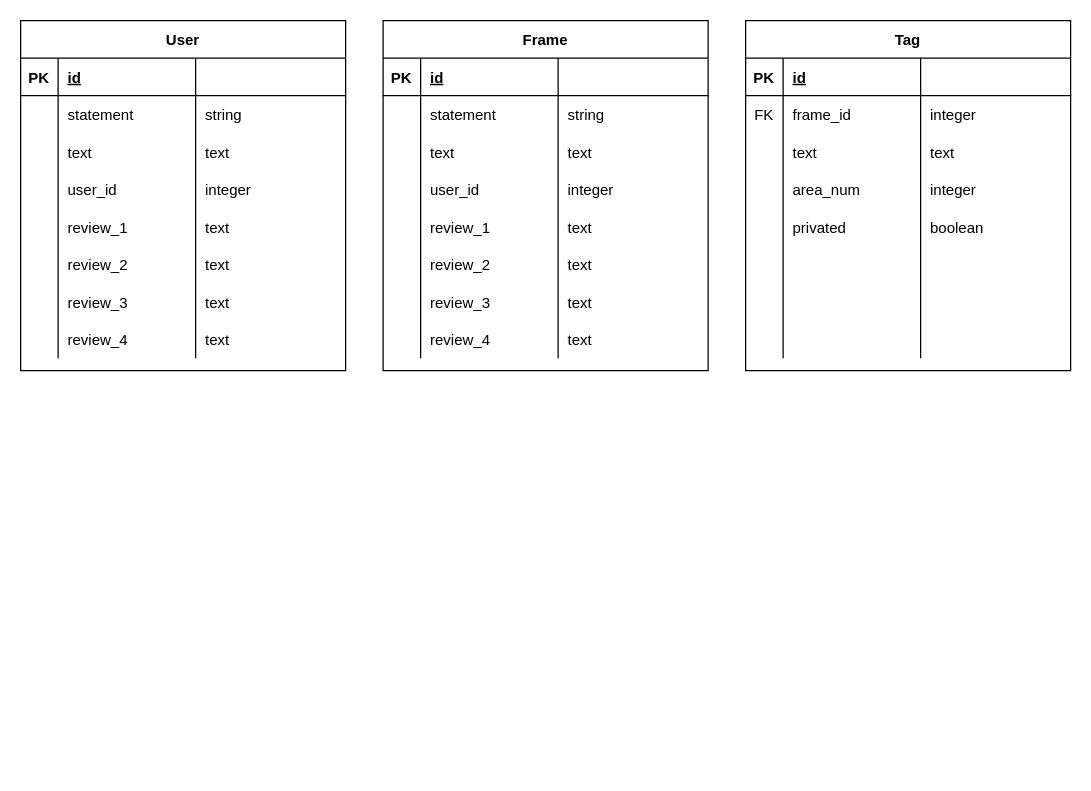
matsu1226/rails_sakisuru keeps this draw.io diagram as ER.drawio. Above is the earlier version. Source tidied: cells renumbered, new cells numbered last; positions are measured from the earlier drawing's top-left corner, leaving out a move shared by most shapes. Both pictures are drawn from the tidied source at 125%, with x=0, y=0 at pixel (20, 20).
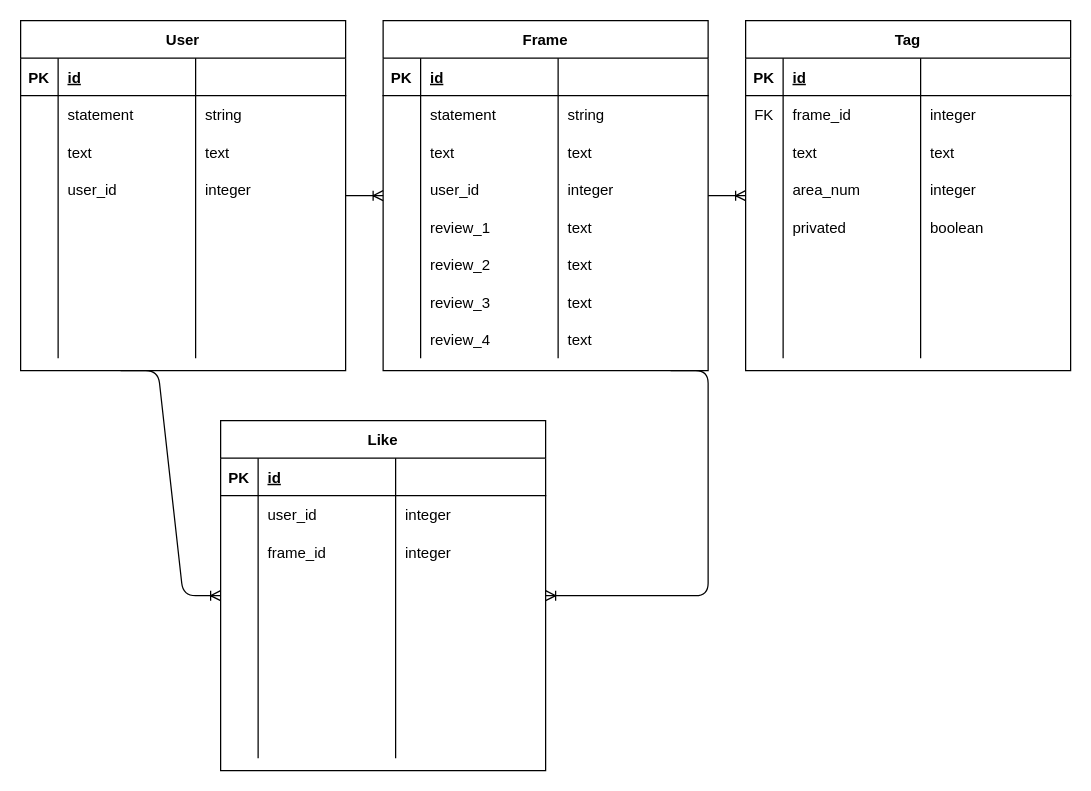
The same page after the edit.

The change refers to these unchanged cells:
```xml
<mxCell id="2" value="Frame" style="shape=table;startSize=30;childLayout=tableLayout;rowLines=0;fontStyle=1;align=center;" parent="1" vertex="1">
  <mxGeometry x="290" width="260" height="280" as="geometry" />
</mxCell>
<mxCell id="35" value="Tag" style="shape=table;startSize=30;childLayout=tableLayout;rowLines=0;fontStyle=1;align=center;" parent="1" vertex="1">
  <mxGeometry x="580" width="260" height="280" as="geometry" />
</mxCell>
<mxCell id="68" value="User" style="shape=table;startSize=30;childLayout=tableLayout;rowLines=0;fontStyle=1;align=center;" parent="1" vertex="1">
  <mxGeometry width="260" height="280" as="geometry" />
</mxCell>
<mxCell id="85" style="shape=partialRectangle;fillColor=none;top=0;left=0;bottom=0;right=0;" parent="68" vertex="1">
  <mxGeometry y="150" width="260" height="30" as="geometry" />
</mxCell>
<mxCell id="89" style="shape=partialRectangle;fillColor=none;top=0;left=0;bottom=0;right=0;" parent="68" vertex="1">
  <mxGeometry y="180" width="260" height="30" as="geometry" />
</mxCell>
<mxCell id="93" style="shape=partialRectangle;fillColor=none;top=0;left=0;bottom=0;right=0;" parent="68" vertex="1">
  <mxGeometry y="210" width="260" height="30" as="geometry" />
</mxCell>
<mxCell id="97" style="shape=partialRectangle;fillColor=none;top=0;left=0;bottom=0;right=0;" parent="68" vertex="1">
  <mxGeometry y="240" width="260" height="30" as="geometry" />
</mxCell>
```

Diff of the diagram source:
```diff
@@
-    <mxCell id="87" value="review_1" style="shape=partialRectangle;fillColor=none;top=0;left=0;bottom=0;right=0;align=left;spacingLeft=6;overflow=hidden;" parent="85" vertex="1">
+    <mxCell id="87" style="shape=partialRectangle;fillColor=none;top=0;left=0;bottom=0;right=0;align=left;spacingLeft=6;overflow=hidden;" parent="85" vertex="1">
       <mxGeometry x="30" width="110" height="30" as="geometry" />
     </mxCell>
-    <mxCell id="88" value="text" style="shape=partialRectangle;fillColor=none;top=0;left=0;bottom=0;right=0;align=left;spacingLeft=6;overflow=hidden;" parent="85" vertex="1">
+    <mxCell id="88" style="shape=partialRectangle;fillColor=none;top=0;left=0;bottom=0;right=0;align=left;spacingLeft=6;overflow=hidden;" parent="85" vertex="1">
       <mxGeometry x="140" width="120" height="30" as="geometry" />
     </mxCell>
@@
-    <mxCell id="91" value="review_2" style="shape=partialRectangle;fillColor=none;top=0;left=0;bottom=0;right=0;align=left;spacingLeft=6;overflow=hidden;" parent="89" vertex="1">
+    <mxCell id="91" style="shape=partialRectangle;fillColor=none;top=0;left=0;bottom=0;right=0;align=left;spacingLeft=6;overflow=hidden;" parent="89" vertex="1">
       <mxGeometry x="30" width="110" height="30" as="geometry" />
     </mxCell>
-    <mxCell id="92" value="text" style="shape=partialRectangle;fillColor=none;top=0;left=0;bottom=0;right=0;align=left;spacingLeft=6;overflow=hidden;" parent="89" vertex="1">
+    <mxCell id="92" style="shape=partialRectangle;fillColor=none;top=0;left=0;bottom=0;right=0;align=left;spacingLeft=6;overflow=hidden;" parent="89" vertex="1">
       <mxGeometry x="140" width="120" height="30" as="geometry" />
     </mxCell>
@@
-    <mxCell id="95" value="review_3" style="shape=partialRectangle;fillColor=none;top=0;left=0;bottom=0;right=0;align=left;spacingLeft=6;overflow=hidden;" parent="93" vertex="1">
+    <mxCell id="95" style="shape=partialRectangle;fillColor=none;top=0;left=0;bottom=0;right=0;align=left;spacingLeft=6;overflow=hidden;" parent="93" vertex="1">
       <mxGeometry x="30" width="110" height="30" as="geometry" />
     </mxCell>
-    <mxCell id="96" value="text" style="shape=partialRectangle;fillColor=none;top=0;left=0;bottom=0;right=0;align=left;spacingLeft=6;overflow=hidden;" parent="93" vertex="1">
+    <mxCell id="96" style="shape=partialRectangle;fillColor=none;top=0;left=0;bottom=0;right=0;align=left;spacingLeft=6;overflow=hidden;" parent="93" vertex="1">
       <mxGeometry x="140" width="120" height="30" as="geometry" />
     </mxCell>
@@
-    <mxCell id="99" value="review_4" style="shape=partialRectangle;fillColor=none;top=0;left=0;bottom=0;right=0;align=left;spacingLeft=6;overflow=hidden;" parent="97" vertex="1">
+    <mxCell id="99" style="shape=partialRectangle;fillColor=none;top=0;left=0;bottom=0;right=0;align=left;spacingLeft=6;overflow=hidden;" parent="97" vertex="1">
       <mxGeometry x="30" width="110" height="30" as="geometry" />
     </mxCell>
-    <mxCell id="100" value="text" style="shape=partialRectangle;fillColor=none;top=0;left=0;bottom=0;right=0;align=left;spacingLeft=6;overflow=hidden;" parent="97" vertex="1">
+    <mxCell id="100" style="shape=partialRectangle;fillColor=none;top=0;left=0;bottom=0;right=0;align=left;spacingLeft=6;overflow=hidden;" parent="97" vertex="1">
       <mxGeometry x="140" width="120" height="30" as="geometry" />
     </mxCell>
+    <mxCell id="101" style="edgeStyle=entityRelationEdgeStyle;fontSize=12;html=1;endArrow=ERoneToMany;" parent="1" edge="1" source="68" target="2">
+      <mxGeometry relative="1" as="geometry" />
+    </mxCell>
+    <mxCell id="102" style="edgeStyle=entityRelationEdgeStyle;fontSize=12;html=1;endArrow=ERoneToMany;" parent="1" edge="1" source="2" target="35">
+      <mxGeometry relative="1" as="geometry" />
+    </mxCell>
+    <mxCell id="103" value="Like" style="shape=table;startSize=30;childLayout=tableLayout;rowLines=0;fontStyle=1;align=center;" parent="1" vertex="1">
+      <mxGeometry x="160" y="320" width="260" height="280" as="geometry" />
+    </mxCell>
+    <mxCell id="104" style="shape=partialRectangle;fillColor=none;top=0;left=0;bottom=1;right=0;" parent="103" vertex="1">
+      <mxGeometry y="30" width="260" height="30" as="geometry" />
+    </mxCell>
+    <mxCell id="105" value="PK" style="shape=partialRectangle;fillColor=none;top=0;left=0;bottom=0;right=0;fontStyle=1;overflow=hidden;" parent="104" vertex="1">
+      <mxGeometry width="30" height="30" as="geometry" />
+    </mxCell>
+    <mxCell id="106" value="id" style="shape=partialRectangle;fillColor=none;top=0;left=0;bottom=0;right=0;align=left;spacingLeft=6;fontStyle=5;overflow=hidden;" parent="104" vertex="1">
+      <mxGeometry x="30" width="110" height="30" as="geometry" />
+    </mxCell>
+    <mxCell id="107" style="shape=partialRectangle;fillColor=none;top=0;left=0;bottom=0;right=0;align=left;spacingLeft=6;fontStyle=5;overflow=hidden;" parent="104" vertex="1">
+      <mxGeometry x="140" width="120" height="30" as="geometry" />
+    </mxCell>
+    <mxCell id="108" style="shape=partialRectangle;fillColor=none;top=0;left=0;bottom=0;right=0;" parent="103" vertex="1">
+      <mxGeometry y="60" width="260" height="30" as="geometry" />
+    </mxCell>
+    <mxCell id="109" style="shape=partialRectangle;fillColor=none;top=0;left=0;bottom=0;right=0;overflow=hidden;" parent="108" vertex="1">
+      <mxGeometry width="30" height="30" as="geometry" />
+    </mxCell>
+    <mxCell id="110" value="user_id " style="shape=partialRectangle;fillColor=none;top=0;left=0;bottom=0;right=0;align=left;spacingLeft=6;overflow=hidden;" parent="108" vertex="1">
+      <mxGeometry x="30" width="110" height="30" as="geometry" />
+    </mxCell>
+    <mxCell id="111" value="integer" style="shape=partialRectangle;fillColor=none;top=0;left=0;bottom=0;right=0;align=left;spacingLeft=6;overflow=hidden;" parent="108" vertex="1">
+      <mxGeometry x="140" width="120" height="30" as="geometry" />
+    </mxCell>
+    <mxCell id="112" style="shape=partialRectangle;fillColor=none;top=0;left=0;bottom=0;right=0;" parent="103" vertex="1">
+      <mxGeometry y="90" width="260" height="30" as="geometry" />
+    </mxCell>
+    <mxCell id="113" style="shape=partialRectangle;fillColor=none;top=0;left=0;bottom=0;right=0;overflow=hidden;" parent="112" vertex="1">
+      <mxGeometry width="30" height="30" as="geometry" />
+    </mxCell>
+    <mxCell id="114" value="frame_id" style="shape=partialRectangle;fillColor=none;top=0;left=0;bottom=0;right=0;align=left;spacingLeft=6;overflow=hidden;" parent="112" vertex="1">
+      <mxGeometry x="30" width="110" height="30" as="geometry" />
+    </mxCell>
+    <mxCell id="115" value="integer" style="shape=partialRectangle;fillColor=none;top=0;left=0;bottom=0;right=0;align=left;spacingLeft=6;overflow=hidden;" parent="112" vertex="1">
+      <mxGeometry x="140" width="120" height="30" as="geometry" />
+    </mxCell>
+    <mxCell id="116" style="shape=partialRectangle;fillColor=none;top=0;left=0;bottom=0;right=0;" parent="103" vertex="1">
+      <mxGeometry y="120" width="260" height="30" as="geometry" />
+    </mxCell>
+    <mxCell id="117" style="shape=partialRectangle;fillColor=none;top=0;left=0;bottom=0;right=0;overflow=hidden;" parent="116" vertex="1">
+      <mxGeometry width="30" height="30" as="geometry" />
+    </mxCell>
+    <mxCell id="118" style="shape=partialRectangle;fillColor=none;top=0;left=0;bottom=0;right=0;align=left;spacingLeft=6;overflow=hidden;" parent="116" vertex="1">
+      <mxGeometry x="30" width="110" height="30" as="geometry" />
+    </mxCell>
+    <mxCell id="119" style="shape=partialRectangle;fillColor=none;top=0;left=0;bottom=0;right=0;align=left;spacingLeft=6;overflow=hidden;" parent="116" vertex="1">
+      <mxGeometry x="140" width="120" height="30" as="geometry" />
+    </mxCell>
+    <mxCell id="120" style="shape=partialRectangle;fillColor=none;top=0;left=0;bottom=0;right=0;" parent="103" vertex="1">
+      <mxGeometry y="150" width="260" height="30" as="geometry" />
+    </mxCell>
+    <mxCell id="121" style="shape=partialRectangle;fillColor=none;top=0;left=0;bottom=0;right=0;overflow=hidden;" parent="120" vertex="1">
+      <mxGeometry width="30" height="30" as="geometry" />
+    </mxCell>
+    <mxCell id="122" style="shape=partialRectangle;fillColor=none;top=0;left=0;bottom=0;right=0;align=left;spacingLeft=6;overflow=hidden;" parent="120" vertex="1">
+      <mxGeometry x="30" width="110" height="30" as="geometry" />
+    </mxCell>
+    <mxCell id="123" style="shape=partialRectangle;fillColor=none;top=0;left=0;bottom=0;right=0;align=left;spacingLeft=6;overflow=hidden;" parent="120" vertex="1">
+      <mxGeometry x="140" width="120" height="30" as="geometry" />
+    </mxCell>
+    <mxCell id="124" style="shape=partialRectangle;fillColor=none;top=0;left=0;bottom=0;right=0;" parent="103" vertex="1">
+      <mxGeometry y="180" width="260" height="30" as="geometry" />
+    </mxCell>
+    <mxCell id="125" style="shape=partialRectangle;fillColor=none;top=0;left=0;bottom=0;right=0;overflow=hidden;" parent="124" vertex="1">
+      <mxGeometry width="30" height="30" as="geometry" />
+    </mxCell>
+    <mxCell id="126" style="shape=partialRectangle;fillColor=none;top=0;left=0;bottom=0;right=0;align=left;spacingLeft=6;overflow=hidden;" parent="124" vertex="1">
+      <mxGeometry x="30" width="110" height="30" as="geometry" />
+    </mxCell>
+    <mxCell id="127" style="shape=partialRectangle;fillColor=none;top=0;left=0;bottom=0;right=0;align=left;spacingLeft=6;overflow=hidden;" parent="124" vertex="1">
+      <mxGeometry x="140" width="120" height="30" as="geometry" />
+    </mxCell>
+    <mxCell id="128" style="shape=partialRectangle;fillColor=none;top=0;left=0;bottom=0;right=0;" parent="103" vertex="1">
+      <mxGeometry y="210" width="260" height="30" as="geometry" />
+    </mxCell>
+    <mxCell id="129" style="shape=partialRectangle;fillColor=none;top=0;left=0;bottom=0;right=0;overflow=hidden;" parent="128" vertex="1">
+      <mxGeometry width="30" height="30" as="geometry" />
+    </mxCell>
+    <mxCell id="130" style="shape=partialRectangle;fillColor=none;top=0;left=0;bottom=0;right=0;align=left;spacingLeft=6;overflow=hidden;" parent="128" vertex="1">
+      <mxGeometry x="30" width="110" height="30" as="geometry" />
+    </mxCell>
+    <mxCell id="131" style="shape=partialRectangle;fillColor=none;top=0;left=0;bottom=0;right=0;align=left;spacingLeft=6;overflow=hidden;" parent="128" vertex="1">
+      <mxGeometry x="140" width="120" height="30" as="geometry" />
+    </mxCell>
+    <mxCell id="132" style="shape=partialRectangle;fillColor=none;top=0;left=0;bottom=0;right=0;" parent="103" vertex="1">
+      <mxGeometry y="240" width="260" height="30" as="geometry" />
+    </mxCell>
+    <mxCell id="133" style="shape=partialRectangle;fillColor=none;top=0;left=0;bottom=0;right=0;overflow=hidden;" parent="132" vertex="1">
+      <mxGeometry width="30" height="30" as="geometry" />
+    </mxCell>
+    <mxCell id="134" style="shape=partialRectangle;fillColor=none;top=0;left=0;bottom=0;right=0;align=left;spacingLeft=6;overflow=hidden;" parent="132" vertex="1">
+      <mxGeometry x="30" width="110" height="30" as="geometry" />
+    </mxCell>
+    <mxCell id="135" style="shape=partialRectangle;fillColor=none;top=0;left=0;bottom=0;right=0;align=left;spacingLeft=6;overflow=hidden;" parent="132" vertex="1">
+      <mxGeometry x="140" width="120" height="30" as="geometry" />
+    </mxCell>
+    <mxCell id="136" style="edgeStyle=entityRelationEdgeStyle;fontSize=12;html=1;endArrow=ERoneToMany;" parent="1" edge="1" target="103">
+      <mxGeometry relative="1" as="geometry">
+        <mxPoint x="80" y="280" as="sourcePoint" />
+      </mxGeometry>
+    </mxCell>
+    <mxCell id="137" style="edgeStyle=entityRelationEdgeStyle;fontSize=12;html=1;endArrow=ERoneToMany;" parent="1" edge="1" target="103">
+      <mxGeometry relative="1" as="geometry">
+        <mxPoint x="520" y="280" as="sourcePoint" />
+      </mxGeometry>
+    </mxCell>
```
